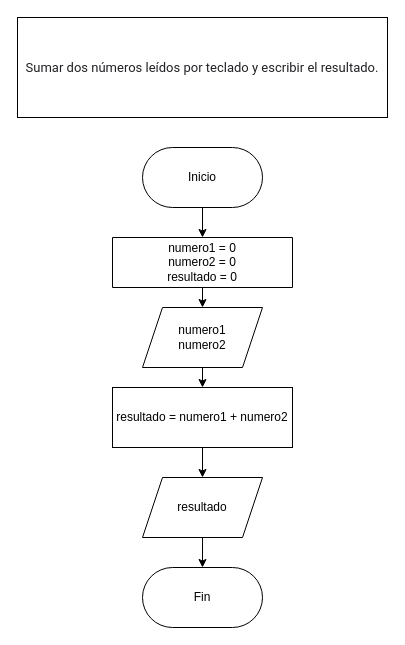
Above: page "Ejercicio 1" (1 of 5) of Intro a la programacion/Trabajo en clase/Trabajo en Clase 5-20-2021.drawio in jjarahe/React-Curso-Ucreativa (draw.io), before the change. Source tidied: cells renumbered, new cells numbered last; positions are measured from the earlier drawing's top-left corner, leaving out a move shared by most shapes. Both pictures are drawn from the tidied source at 100%, with x=0, y=0 at pixel (17, 17).
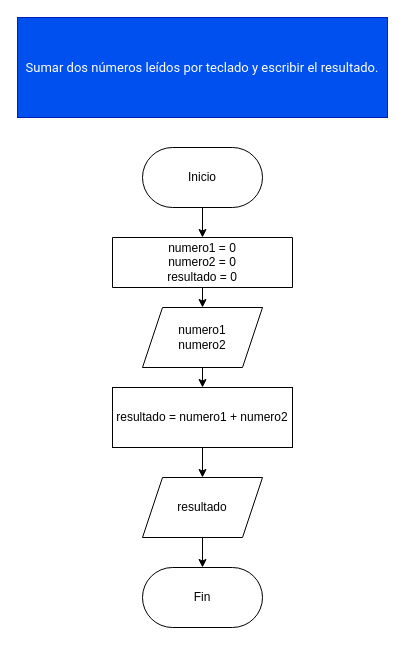
The same diagram, later.

Change to the diagram source:
```diff
@@
 <mxGraphModel>
   <root>
     <mxCell id="0" />
     <mxCell id="1" parent="0" />
-    <mxCell id="2" value="&lt;span style=&quot;color: rgb(32 , 33 , 36) ; font-family: &amp;#34;roboto&amp;#34; , &amp;#34;arial&amp;#34; , sans-serif ; font-size: 13px ; text-align: left ; background-color: rgb(255 , 255 , 255)&quot;&gt;Sumar dos números leídos por teclado y escribir el resultado.&lt;/span&gt;" style="rounded=0;whiteSpace=wrap;html=1;" parent="1" vertex="1">
+    <mxCell id="2" value="&lt;span style=&quot;font-family: &amp;#34;roboto&amp;#34; , &amp;#34;arial&amp;#34; , sans-serif ; font-size: 13px ; text-align: left&quot;&gt;Sumar dos números leídos por teclado y escribir el resultado.&lt;/span&gt;" style="rounded=0;whiteSpace=wrap;html=1;labelBackgroundColor=none;fillColor=#0050ef;strokeColor=#001DBC;fontColor=#ffffff;" parent="1" vertex="1">
       <mxGeometry width="370" height="100" as="geometry" />
     </mxCell>
     <mxCell id="3" style="edgeStyle=orthogonalEdgeStyle;rounded=0;jettySize=auto;html=1;exitX=0.5;exitY=1;exitDx=0;exitDy=0;entryX=0.5;entryY=0;entryDx=0;entryDy=0;" parent="1" edge="1" source="4" target="6">
       <mxGeometry relative="1" as="geometry" />
     </mxCell>
     <mxCell id="4" value="Inicio" style="rounded=1;whiteSpace=wrap;html=1;arcSize=50;" parent="1" vertex="1">
       <mxGeometry x="125" y="130" width="120" height="60" as="geometry" />
     </mxCell>
     <mxCell id="5" style="edgeStyle=orthogonalEdgeStyle;rounded=0;jettySize=auto;html=1;exitX=0.5;exitY=1;exitDx=0;exitDy=0;entryX=0.5;entryY=0;entryDx=0;entryDy=0;" parent="1" edge="1" source="6" target="13">
       <mxGeometry relative="1" as="geometry" />
     </mxCell>
     <mxCell id="6" value="numero1 = 0&lt;br&gt;numero2 = 0&lt;br&gt;resultado = 0" style="shape=parallelogram;perimeter=parallelogramPerimeter;whiteSpace=wrap;html=1;fixedSize=1;size=-10;" parent="1" vertex="1">
       <mxGeometry x="95" y="220" width="180" height="50" as="geometry" />
     </mxCell>
     <mxCell id="7" style="edgeStyle=orthogonalEdgeStyle;rounded=0;jettySize=auto;html=1;exitX=0.5;exitY=1;exitDx=0;exitDy=0;entryX=0.5;entryY=0;entryDx=0;entryDy=0;" parent="1" edge="1" source="8" target="10">
       <mxGeometry relative="1" as="geometry" />
     </mxCell>
     <mxCell id="8" value="resultado = numero1 + numero2" style="rounded=0;whiteSpace=wrap;html=1;" parent="1" vertex="1">
       <mxGeometry x="95" y="370" width="180" height="60" as="geometry" />
     </mxCell>
     <mxCell id="9" style="edgeStyle=orthogonalEdgeStyle;rounded=0;jettySize=auto;html=1;exitX=0.5;exitY=1;exitDx=0;exitDy=0;entryX=0.5;entryY=0;entryDx=0;entryDy=0;" parent="1" edge="1" source="10" target="11">
       <mxGeometry relative="1" as="geometry" />
     </mxCell>
     <mxCell id="10" value="resultado" style="shape=parallelogram;perimeter=parallelogramPerimeter;whiteSpace=wrap;html=1;fixedSize=1;" parent="1" vertex="1">
       <mxGeometry x="125" y="460" width="120" height="60" as="geometry" />
     </mxCell>
     <mxCell id="11" value="Fin" style="rounded=1;whiteSpace=wrap;html=1;arcSize=50;" parent="1" vertex="1">
       <mxGeometry x="125" y="550" width="120" height="60" as="geometry" />
     </mxCell>
     <mxCell id="12" style="edgeStyle=orthogonalEdgeStyle;rounded=0;jettySize=auto;html=1;exitX=0.5;exitY=1;exitDx=0;exitDy=0;entryX=0.5;entryY=0;entryDx=0;entryDy=0;" parent="1" edge="1" source="13" target="8">
       <mxGeometry relative="1" as="geometry" />
     </mxCell>
     <mxCell id="13" value="numero1&lt;br&gt;numero2&lt;br&gt;" style="shape=parallelogram;perimeter=parallelogramPerimeter;whiteSpace=wrap;html=1;fixedSize=1;" parent="1" vertex="1">
       <mxGeometry x="125" y="290" width="120" height="60" as="geometry" />
     </mxCell>
   </root>
 </mxGraphModel>
```
